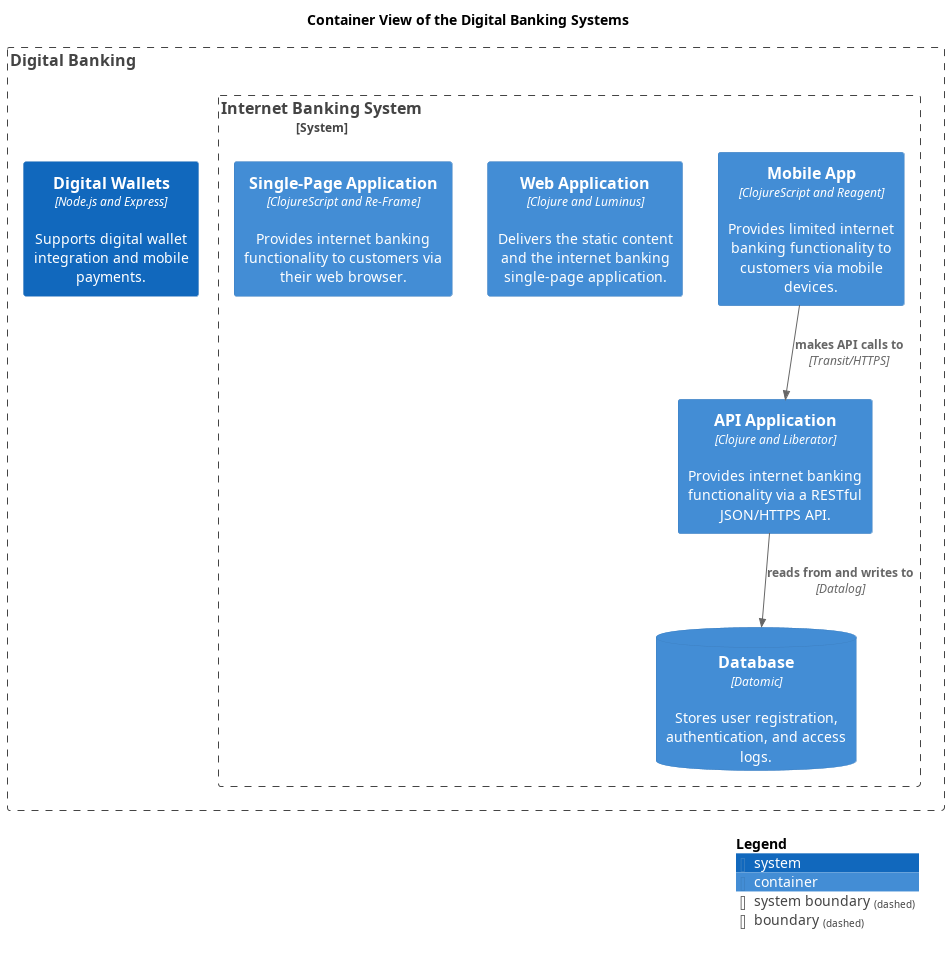
Earlier version of the PlantUML export docs/mybank/digital-banking/container-view.png (soulspace-org/my-bank-model).
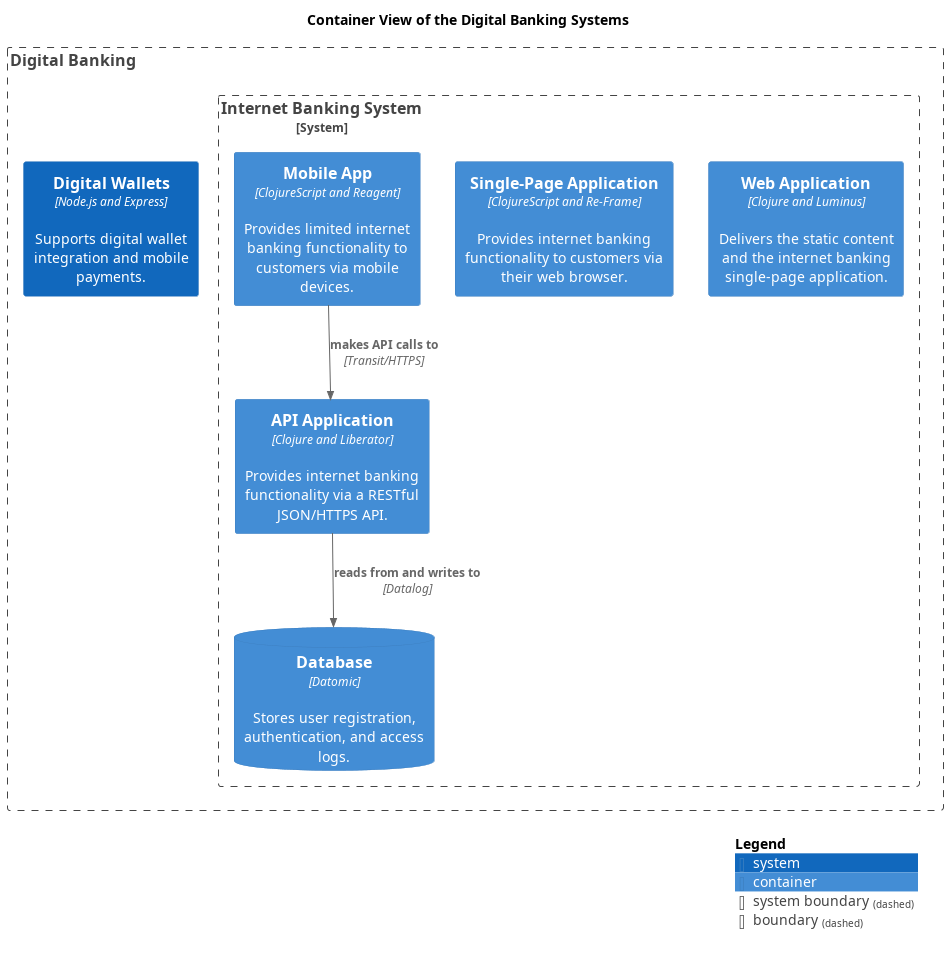
Later version of the same file.

What changed in the source:
```diff
@@ -15,15 +15,20 @@
 title Container View of the Digital Banking Systems
 Boundary(mybank_digitalBanking_contextBoundary, "Digital Banking") {
   System_Boundary(mybank_digitalBanking_internetBankingSystem, "Internet Banking System") {
-    Container(mybank_digitalBanking_mobileApp, "Mobile App", $descr="Provides limited internet banking functionality to customers via mobile devices.", $techn="ClojureScript and Reagent")
-    Container(mybank_digitalBanking_webApp, "Web Application", $descr="Delivers the static content and the internet banking single-page application.", $techn="Clojure and Luminus")
-    ContainerDb(mybank_digitalBanking_database, "Database", $descr="Stores user registration, authentication, and access logs.", $techn="Datomic")
-    Container(mybank_digitalBanking_apiApplication, "API Application", $descr="Provides internet banking functionality via a RESTful JSON/HTTPS API.", $techn="Clojure and Liberator")
-    Container(mybank_digitalBanking_singlePageApp, "Single-Page Application", $descr="Provides internet banking functionality to customers via their web browser.", $techn="ClojureScript and Re-Frame")
+    Container(mybank_digitalBanking_internetBankingSystem_webApp, "Web Application", $descr="Delivers the static content and the internet banking single-page application.", $techn="Clojure and Luminus")
+    Container(mybank_digitalBanking_internetBankingSystem_apiApplication, "API Application", $descr="Provides internet banking functionality via a RESTful JSON/HTTPS API.", $techn="Clojure and Liberator")
+    Container(mybank_digitalBanking_internetBankingSystem_singlePageApp, "Single-Page Application", $descr="Provides internet banking functionality to customers via their web browser.", $techn="ClojureScript and Re-Frame")
+    Container(mybank_digitalBanking_internetBankingSystem_mobileApp, "Mobile App", $descr="Provides limited internet banking functionality to customers via mobile devices.", $techn="ClojureScript and Reagent")
+    ContainerDb(mybank_digitalBanking_internetBankingSystem_database, "Database", $descr="Stores user registration, authentication, and access logs.", $techn="Datomic")
   }
   System(mybank_digitalBanking_digitalWalletsSystem, "Digital Wallets", $descr="Supports digital wallet integration and mobile payments.", $type="Node.js and Express")
 }
-Rel(mybank_digitalBanking_mobileApp, mybank_digitalBanking_apiApplication, "makes API calls to", $techn="Transit/HTTPS")
-Rel(mybank_digitalBanking_apiApplication, mybank_digitalBanking_database, "reads from and writes to", $techn="Datalog")
+Container(mybank_digitalBanking_internetBankingSystem_mobileApp, "Mobile App", $descr="Provides limited internet banking functionality to customers via mobile devices.", $techn="ClojureScript and Reagent")
+Container(mybank_digitalBanking_internetBankingSystem_apiApplication, "API Application", $descr="Provides internet banking functionality via a RESTful JSON/HTTPS API.", $techn="Clojure and Liberator")
+Container(mybank_digitalBanking_internetBankingSystem_webApp, "Web Application", $descr="Delivers the static content and the internet banking single-page application.", $techn="Clojure and Luminus")
+Container(mybank_digitalBanking_internetBankingSystem_singlePageApp, "Single-Page Application", $descr="Provides internet banking functionality to customers via their web browser.", $techn="ClojureScript and Re-Frame")
+ContainerDb(mybank_digitalBanking_internetBankingSystem_database, "Database", $descr="Stores user registration, authentication, and access logs.", $techn="Datomic")
+Rel(mybank_digitalBanking_internetBankingSystem_mobileApp, mybank_digitalBanking_internetBankingSystem_apiApplication, "makes API calls to", $techn="Transit/HTTPS")
+Rel(mybank_digitalBanking_internetBankingSystem_apiApplication, mybank_digitalBanking_internetBankingSystem_database, "reads from and writes to", $techn="Datalog")
 SHOW_LEGEND()
 @enduml
```
